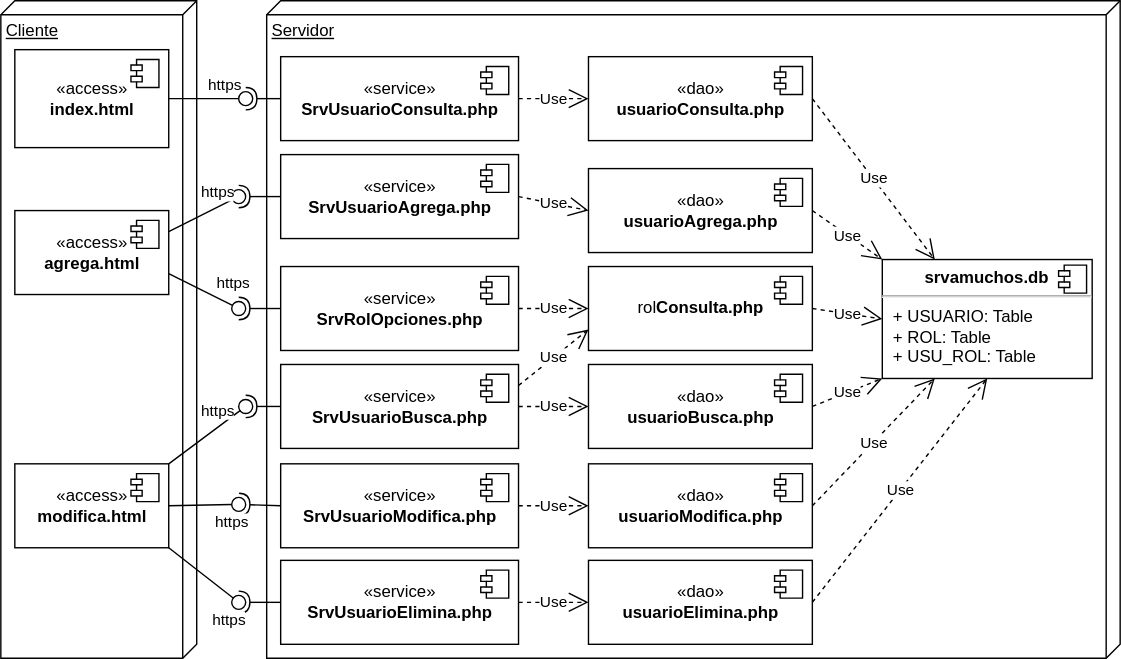
gilpgawoas/gilpgawoas.github.io keeps this draw.io diagram as docs/img/m18amuchos/amuchosdeploy.drawio.svg. Above is the earlier version. Source tidied: cells renumbered, new cells last; positions are measured from the earlier drawing's top-left corner, leaving out a move shared by most shapes.
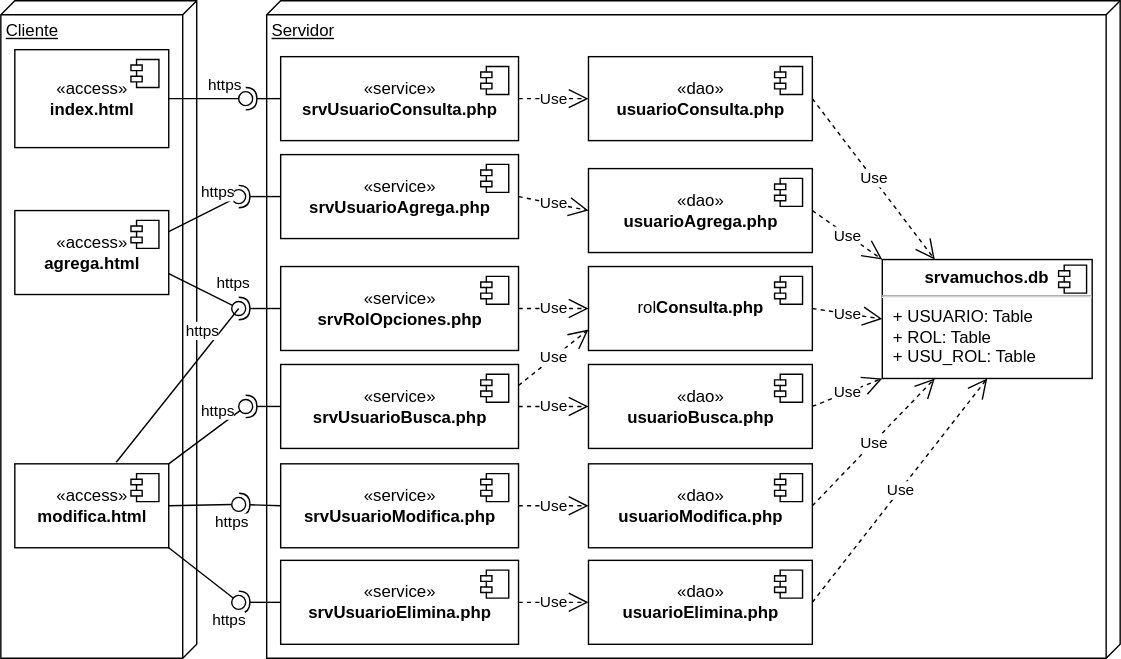
The same diagram one commit later.

The edit, as a diff of the source:
```diff
@@ -16,7 +16,7 @@
     <mxCell id="5" value="Servidor" style="verticalAlign=top;align=left;spacingTop=8;spacingLeft=2;spacingRight=12;shape=cube;size=10;direction=south;fontStyle=4;html=1;" parent="1" vertex="1">
       <mxGeometry x="190" width="610" height="470" as="geometry" />
     </mxCell>
-    <mxCell id="6" value="«service»&lt;br&gt;&lt;b&gt;SrvUsuarioConsulta.php&lt;/b&gt;" style="html=1;" parent="1" vertex="1">
+    <mxCell id="6" value="«service»&lt;br&gt;&lt;b&gt;srvUsuarioConsulta.php&lt;/b&gt;" style="html=1;" parent="1" vertex="1">
       <mxGeometry x="200" y="40" width="170" height="60" as="geometry" />
     </mxCell>
     <mxCell id="7" style="shape=module;jettyWidth=8;jettyHeight=4;" parent="6" vertex="1">
@@ -112,7 +112,7 @@
         <mxPoint x="-27" y="7" as="offset" />
       </mxGeometry>
     </mxCell>
-    <mxCell id="32" value="«service»&lt;br&gt;&lt;b&gt;Srv&lt;/b&gt;&lt;b style=&quot;border-color: var(--border-color);&quot;&gt;Usuario&lt;/b&gt;&lt;b&gt;Agrega.php&lt;/b&gt;" style="html=1;" parent="1" vertex="1">
+    <mxCell id="32" value="«service»&lt;br&gt;&lt;b&gt;srv&lt;/b&gt;&lt;b style=&quot;border-color: var(--border-color);&quot;&gt;Usuario&lt;/b&gt;&lt;b&gt;Agrega.php&lt;/b&gt;" style="html=1;" parent="1" vertex="1">
       <mxGeometry x="200" y="110" width="170" height="60" as="geometry" />
     </mxCell>
     <mxCell id="33" style="shape=module;jettyWidth=8;jettyHeight=4;" parent="32" vertex="1">
@@ -120,7 +120,7 @@
         <mxPoint x="-27" y="7" as="offset" />
       </mxGeometry>
     </mxCell>
-    <mxCell id="34" value="«service»&lt;br&gt;&lt;b&gt;Srv&lt;/b&gt;&lt;b style=&quot;border-color: var(--border-color);&quot;&gt;Usuario&lt;/b&gt;&lt;b&gt;Busca.php&lt;/b&gt;" style="html=1;" parent="1" vertex="1">
+    <mxCell id="34" value="«service»&lt;br&gt;&lt;b&gt;srv&lt;/b&gt;&lt;b style=&quot;border-color: var(--border-color);&quot;&gt;Usuario&lt;/b&gt;&lt;b&gt;Busca.php&lt;/b&gt;" style="html=1;" parent="1" vertex="1">
       <mxGeometry x="200" y="260" width="170" height="60" as="geometry" />
     </mxCell>
     <mxCell id="35" style="shape=module;jettyWidth=8;jettyHeight=4;" parent="34" vertex="1">
@@ -128,7 +128,7 @@
         <mxPoint x="-27" y="7" as="offset" />
       </mxGeometry>
     </mxCell>
-    <mxCell id="36" value="«service»&lt;br&gt;&lt;b&gt;Srv&lt;/b&gt;&lt;b style=&quot;border-color: var(--border-color);&quot;&gt;Usuario&lt;/b&gt;&lt;b&gt;Modifica.php&lt;/b&gt;" style="html=1;" parent="1" vertex="1">
+    <mxCell id="36" value="«service»&lt;br&gt;&lt;b&gt;srv&lt;/b&gt;&lt;b style=&quot;border-color: var(--border-color);&quot;&gt;Usuario&lt;/b&gt;&lt;b&gt;Modifica.php&lt;/b&gt;" style="html=1;" parent="1" vertex="1">
       <mxGeometry x="200" y="331" width="170" height="60" as="geometry" />
     </mxCell>
     <mxCell id="37" style="shape=module;jettyWidth=8;jettyHeight=4;" parent="36" vertex="1">
@@ -136,7 +136,7 @@
         <mxPoint x="-27" y="7" as="offset" />
       </mxGeometry>
     </mxCell>
-    <mxCell id="38" value="«service»&lt;br&gt;&lt;b&gt;Srv&lt;/b&gt;&lt;b style=&quot;border-color: var(--border-color);&quot;&gt;Usuario&lt;/b&gt;&lt;b&gt;Elimina.php&lt;/b&gt;" style="html=1;" parent="1" vertex="1">
+    <mxCell id="38" value="«service»&lt;br&gt;&lt;b&gt;srv&lt;/b&gt;&lt;b style=&quot;border-color: var(--border-color);&quot;&gt;Usuario&lt;/b&gt;&lt;b&gt;Elimina.php&lt;/b&gt;" style="html=1;" parent="1" vertex="1">
       <mxGeometry x="200" y="400" width="170" height="60" as="geometry" />
     </mxCell>
     <mxCell id="39" style="shape=module;jettyWidth=8;jettyHeight=4;" parent="38" vertex="1">
@@ -176,7 +176,7 @@
     <mxCell id="48" style="ellipse;whiteSpace=wrap;html=1;align=center;points=[];outlineConnect=0;sketch=0;" parent="1" vertex="1">
       <mxGeometry x="170" y="65" width="10" height="10" as="geometry" />
     </mxCell>
-    <mxCell id="49" value="«service»&lt;br&gt;&lt;b&gt;SrvRolOpciones&lt;/b&gt;&lt;b&gt;.php&lt;/b&gt;" style="html=1;" parent="1" vertex="1">
+    <mxCell id="49" value="«service»&lt;br&gt;&lt;b&gt;srvRolOpciones&lt;/b&gt;&lt;b&gt;.php&lt;/b&gt;" style="html=1;" parent="1" vertex="1">
       <mxGeometry x="200" y="190" width="170" height="60" as="geometry" />
     </mxCell>
     <mxCell id="50" style="shape=module;jettyWidth=8;jettyHeight=4;" parent="49" vertex="1">
@@ -216,12 +216,6 @@
         <mxPoint x="170" y="220" as="targetPoint" />
       </mxGeometry>
     </mxCell>
-    <mxCell id="59" value="https" style="rounded=0;jettySize=auto;html=1;endArrow=oval;endFill=0;sketch=0;sourcePerimeterSpacing=0;targetPerimeterSpacing=0;endSize=10;exitX=1;exitY=0.75;exitDx=0;exitDy=0;" parent="1" edge="1" source="26">
-      <mxGeometry x="0.6" y="13" relative="1" as="geometry">
-        <mxPoint x="170" y="220" as="targetPoint" />
-        <mxPoint y="-1" as="offset" />
-      </mxGeometry>
-    </mxCell>
     <mxCell id="60" style="ellipse;whiteSpace=wrap;html=1;align=center;fillColor=none;strokeColor=none;perimeter=centerPerimeter;" parent="1" vertex="1">
       <mxGeometry x="395" y="410" width="10" height="10" as="geometry" />
     </mxCell>
@@ -233,6 +227,11 @@
         <mxPoint x="170" y="360" as="targetPoint" />
       </mxGeometry>
     </mxCell>
+    <mxCell id="69" value="https" style="rounded=0;jettySize=auto;html=1;endArrow=none;endFill=0;sketch=0;sourcePerimeterSpacing=0;targetPerimeterSpacing=0;exitX=0.659;exitY=-0.019;exitDx=0;exitDy=0;exitPerimeter=0;" parent="1" edge="1" source="28">
+      <mxGeometry x="0.6" y="10" relative="1" as="geometry">
+        <mxPoint x="170" y="220" as="targetPoint" />
+      </mxGeometry>
+    </mxCell>
     <mxCell id="63" value="https" style="rounded=0;jettySize=auto;html=1;endArrow=oval;endFill=0;sketch=0;sourcePerimeterSpacing=0;targetPerimeterSpacing=0;endSize=10;exitX=1;exitY=0.5;exitDx=0;exitDy=0;" parent="1" edge="1" source="28">
       <mxGeometry x="0.79" y="-13" relative="1" as="geometry">
         <mxPoint x="170" y="360" as="targetPoint" />
@@ -258,5 +257,11 @@
     <mxCell id="68" value="Use" style="endArrow=open;endSize=12;dashed=1;html=1;rounded=0;exitX=1;exitY=0.25;exitDx=0;exitDy=0;entryX=0;entryY=0.75;entryDx=0;entryDy=0;" parent="1" edge="1" source="34" target="51">
       <mxGeometry relative="1" as="geometry" />
     </mxCell>
+    <mxCell id="59" value="https" style="rounded=0;jettySize=auto;html=1;endArrow=oval;endFill=0;sketch=0;sourcePerimeterSpacing=0;targetPerimeterSpacing=0;endSize=10;exitX=1;exitY=0.75;exitDx=0;exitDy=0;" parent="1" edge="1" source="26">
+      <mxGeometry x="0.6" y="13" relative="1" as="geometry">
+        <mxPoint x="170" y="220" as="targetPoint" />
+        <mxPoint y="-1" as="offset" />
+      </mxGeometry>
+    </mxCell>
   </root>
 </mxGraphModel>
```
